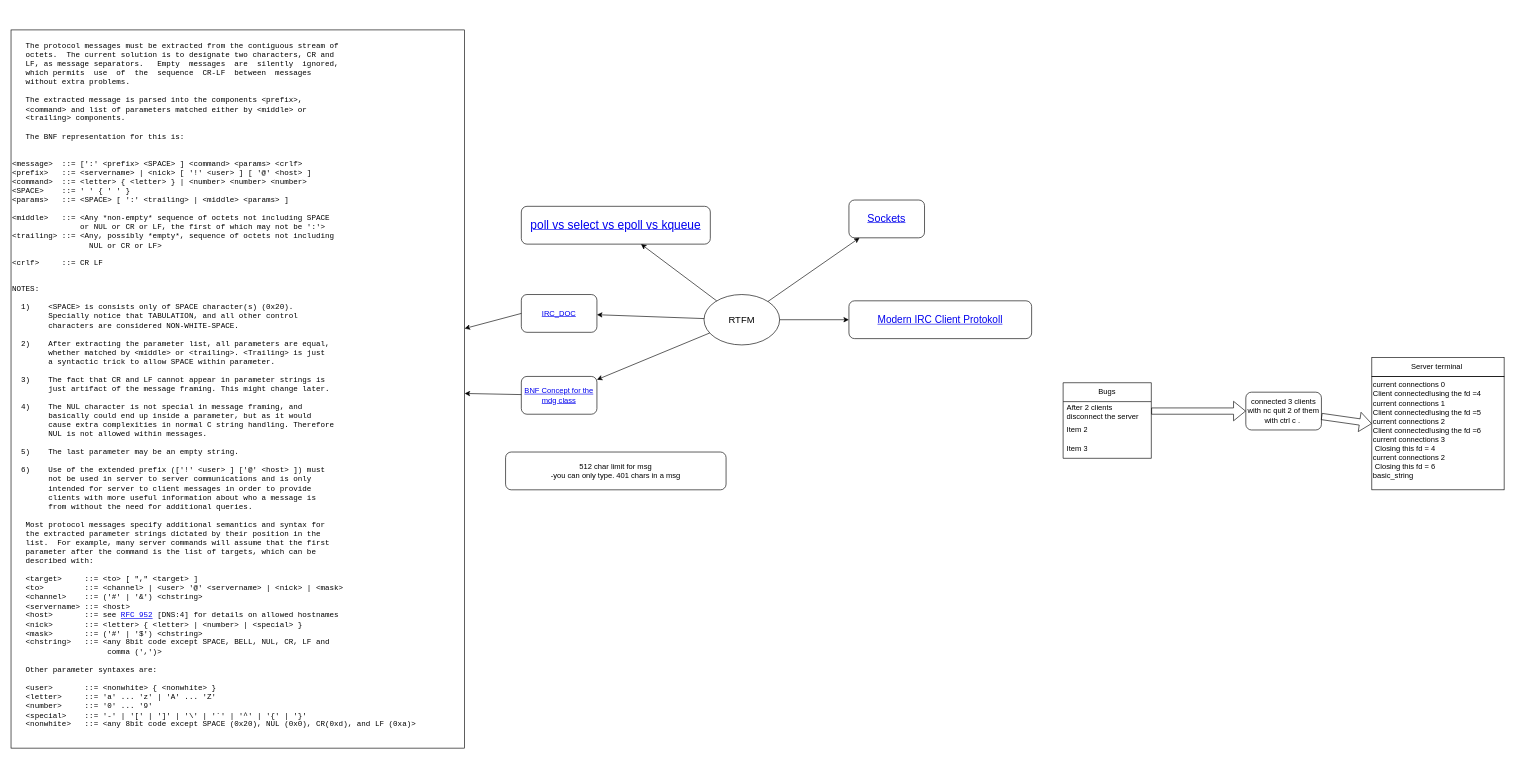
This is notes/notes.drawio from MauriceHeinze/42_ft_irc, a draw.io file, before an edit. Source tidied: cells renumbered, new cells numbered last; positions are measured from the earlier drawing's top-left corner, leaving out a move shared by most shapes. Both pictures are drawn from the tidied source at 63%, with x=0, y=0 at pixel (11, 30).
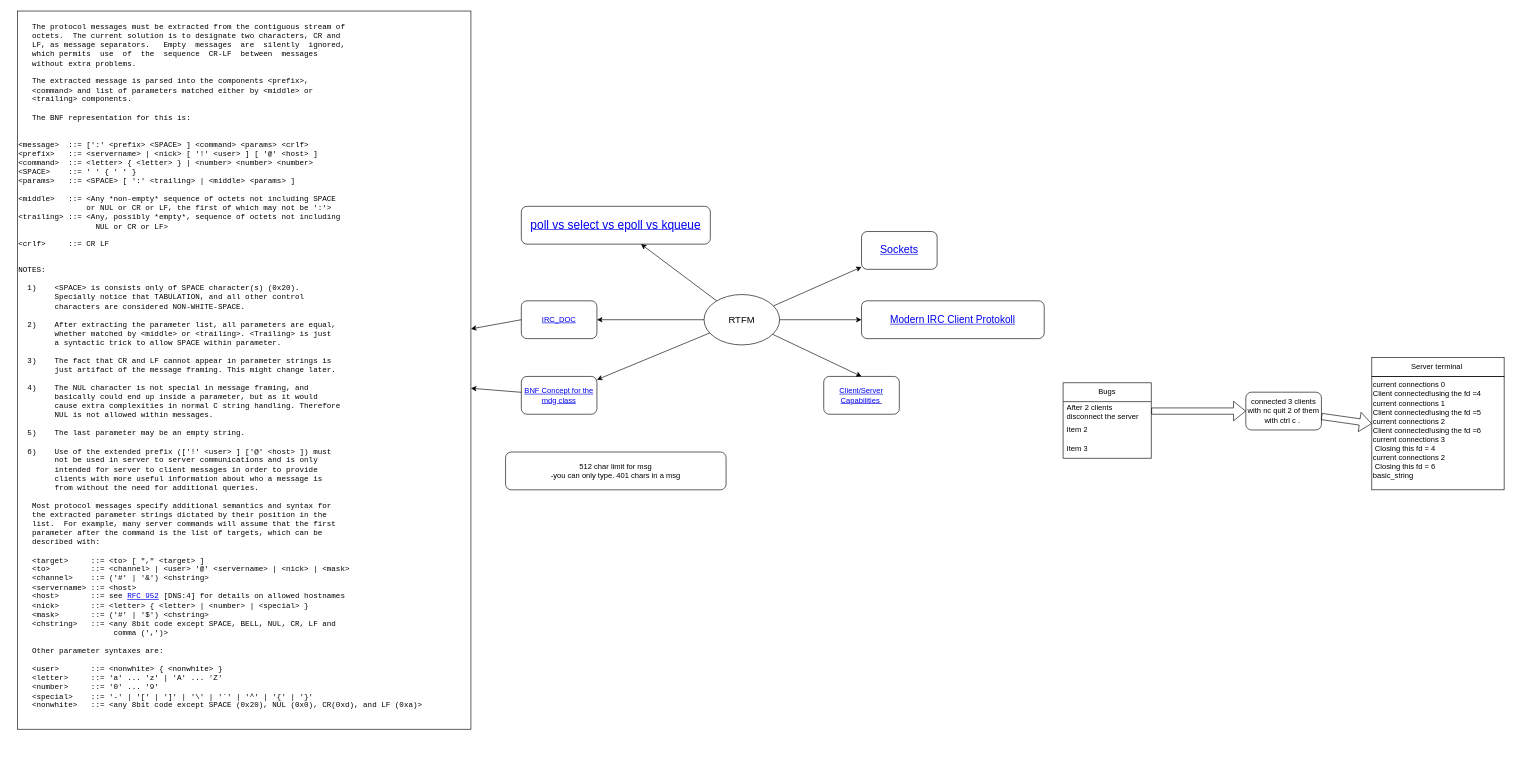
After the change.

Unchanged cells that the change refers to:
```xml
<mxCell id="4" value="RTFM" style="ellipse;whiteSpace=wrap;html=1;fontSize=15;" parent="1" vertex="1">
  <mxGeometry x="1100" y="420" width="120" height="80" as="geometry" />
</mxCell>
```

Diff of the diagram source:
```diff
@@
     <mxCell id="3" value="&lt;a href=&quot;https://www.geeksforgeeks.org/socket-programming-cc/&quot;&gt;&lt;font style=&quot;font-size: 17px;&quot;&gt;Sockets&lt;/font&gt;&lt;/a&gt;" style="rounded=1;whiteSpace=wrap;html=1;" parent="1" vertex="1">
-      <mxGeometry x="1330" y="270" width="120" height="60" as="geometry" />
+      <mxGeometry x="1350" y="320" width="120" height="60" as="geometry" />
     </mxCell>
@@
     <mxCell id="8" value="&lt;a href=&quot;https://modern.ircdocs.horse/&quot; style=&quot;font-size: 16px;&quot;&gt;Modern IRC Client Protokoll&lt;/a&gt;" style="rounded=1;whiteSpace=wrap;html=1;fontSize=16;" parent="1" vertex="1">
-      <mxGeometry x="1330" y="430" width="290" height="60" as="geometry" />
+      <mxGeometry x="1350" y="430" width="290" height="60" as="geometry" />
     </mxCell>
@@
     <mxCell id="10" value="&lt;a href=&quot;https://www.rfc-editor.org/rfc/rfc1459#section-4.2.3.1&quot;&gt;IRC_DOC&lt;/a&gt;" style="rounded=1;whiteSpace=wrap;html=1;" parent="1" vertex="1">
-      <mxGeometry x="810" y="420" width="120" height="60" as="geometry" />
+      <mxGeometry x="810" y="430" width="120" height="60" as="geometry" />
     </mxCell>
@@
     <mxCell id="15" value="&lt;pre class=&quot;newpage&quot;&gt;   The protocol messages must be extracted from the contiguous stream of&lt;br&gt;   octets.  The current solution is to designate two characters, CR and&lt;br&gt;   LF, as message separators.   Empty  messages  are  silently  ignored,&lt;br&gt;   which permits  use  of  the  sequence  CR-LF  between  messages&lt;br&gt;   without extra problems.&lt;br&gt;&lt;br&gt;   The extracted message is parsed into the components &amp;lt;prefix&amp;gt;,&lt;br&gt;   &amp;lt;command&amp;gt; and list of parameters matched either by &amp;lt;middle&amp;gt; or&lt;br&gt;   &amp;lt;trailing&amp;gt; components.&lt;br&gt;&lt;br&gt;   The BNF representation for this is:&lt;br&gt;&lt;br&gt;&lt;br&gt;&amp;lt;message&amp;gt;  ::= [':' &amp;lt;prefix&amp;gt; &amp;lt;SPACE&amp;gt; ] &amp;lt;command&amp;gt; &amp;lt;params&amp;gt; &amp;lt;crlf&amp;gt;&lt;br&gt;&amp;lt;prefix&amp;gt;   ::= &amp;lt;servername&amp;gt; | &amp;lt;nick&amp;gt; [ '!' &amp;lt;user&amp;gt; ] [ '@' &amp;lt;host&amp;gt; ]&lt;br&gt;&amp;lt;command&amp;gt;  ::= &amp;lt;letter&amp;gt; { &amp;lt;letter&amp;gt; } | &amp;lt;number&amp;gt; &amp;lt;number&amp;gt; &amp;lt;number&amp;gt;&lt;br&gt;&amp;lt;SPACE&amp;gt;    ::= ' ' { ' ' }&lt;br&gt;&amp;lt;params&amp;gt;   ::= &amp;lt;SPACE&amp;gt; [ ':' &amp;lt;trailing&amp;gt; | &amp;lt;middle&amp;gt; &amp;lt;params&amp;gt; ]&lt;br&gt;&lt;br&gt;&amp;lt;middle&amp;gt;   ::= &amp;lt;Any *non-empty* sequence of octets not including SPACE&lt;br&gt;               or NUL or CR or LF, the first of which may not be ':'&amp;gt;&lt;br&gt;&amp;lt;trailing&amp;gt; ::= &amp;lt;Any, possibly *empty*, sequence of octets not including&lt;br&gt;                 NUL or CR or LF&amp;gt;&lt;br&gt;&lt;br&gt;&amp;lt;crlf&amp;gt;     ::= CR LF&lt;br&gt;&lt;br&gt;&lt;/pre&gt;&lt;pre class=&quot;newpage&quot;&gt;NOTES:&lt;br&gt;&lt;br&gt;  1)    &amp;lt;SPACE&amp;gt; is consists only of SPACE character(s) (0x20).&lt;br&gt;        Specially notice that TABULATION, and all other control&lt;br&gt;        characters are considered NON-WHITE-SPACE.&lt;br&gt;&lt;br&gt;  2)    After extracting the parameter list, all parameters are equal,&lt;br&gt;        whether matched by &amp;lt;middle&amp;gt; or &amp;lt;trailing&amp;gt;. &amp;lt;Trailing&amp;gt; is just&lt;br&gt;        a syntactic trick to allow SPACE within parameter.&lt;br&gt;&lt;br&gt;  3)    The fact that CR and LF cannot appear in parameter strings is&lt;br&gt;        just artifact of the message framing. This might change later.&lt;br&gt;&lt;br&gt;  4)    The NUL character is not special in message framing, and&lt;br&gt;        basically could end up inside a parameter, but as it would&lt;br&gt;        cause extra complexities in normal C string handling. Therefore&lt;br&gt;        NUL is not allowed within messages.&lt;br&gt;&lt;br&gt;  5)    The last parameter may be an empty string.&lt;br&gt;&lt;br&gt;  6)    Use of the extended prefix (['!' &amp;lt;user&amp;gt; ] ['@' &amp;lt;host&amp;gt; ]) must&lt;br&gt;        not be used in server to server communications and is only&lt;br&gt;        intended for server to client messages in order to provide&lt;br&gt;        clients with more useful information about who a message is&lt;br&gt;        from without the need for additional queries.&lt;br&gt;&lt;br&gt;   Most protocol messages specify additional semantics and syntax for&lt;br&gt;   the extracted parameter strings dictated by their position in the&lt;br&gt;   list.  For example, many server commands will assume that the first&lt;br&gt;   parameter after the command is the list of targets, which can be&lt;br&gt;   described with:&lt;br&gt;&lt;br&gt;   &amp;lt;target&amp;gt;     ::= &amp;lt;to&amp;gt; [ &quot;,&quot; &amp;lt;target&amp;gt; ]&lt;br&gt;   &amp;lt;to&amp;gt;         ::= &amp;lt;channel&amp;gt; | &amp;lt;user&amp;gt; '@' &amp;lt;servername&amp;gt; | &amp;lt;nick&amp;gt; | &amp;lt;mask&amp;gt;&lt;br&gt;   &amp;lt;channel&amp;gt;    ::= ('#' | '&amp;amp;') &amp;lt;chstring&amp;gt;&lt;br&gt;   &amp;lt;servername&amp;gt; ::= &amp;lt;host&amp;gt;&lt;br&gt;   &amp;lt;host&amp;gt;       ::= see &lt;a href=&quot;https://www.rfc-editor.org/rfc/rfc952&quot;&gt;RFC 952&lt;/a&gt; [DNS:4] for details on allowed hostnames&lt;br&gt;   &amp;lt;nick&amp;gt;       ::= &amp;lt;letter&amp;gt; { &amp;lt;letter&amp;gt; | &amp;lt;number&amp;gt; | &amp;lt;special&amp;gt; }&lt;br&gt;   &amp;lt;mask&amp;gt;       ::= ('#' | '$') &amp;lt;chstring&amp;gt;&lt;br&gt;   &amp;lt;chstring&amp;gt;   ::= &amp;lt;any 8bit code except SPACE, BELL, NUL, CR, LF and&lt;br&gt;                     comma (',')&amp;gt;&lt;br&gt;&lt;br&gt;   Other parameter syntaxes are:&lt;br&gt;&lt;br&gt;   &amp;lt;user&amp;gt;       ::= &amp;lt;nonwhite&amp;gt; { &amp;lt;nonwhite&amp;gt; }&lt;br&gt;   &amp;lt;letter&amp;gt;     ::= 'a' ... 'z' | 'A' ... 'Z'&lt;br&gt;   &amp;lt;number&amp;gt;     ::= '0' ... '9'&lt;br&gt;   &amp;lt;special&amp;gt;    ::= '-' | '[' | ']' | '\' | '`' | '^' | '{' | '}'&lt;br&gt;   &amp;lt;nonwhite&amp;gt;   ::= &amp;lt;any 8bit code except SPACE (0x20), NUL (0x0), CR(0xd), and LF (0xa)&amp;gt;&lt;/pre&gt;" style="text;whiteSpace=wrap;html=1;strokeColor=default;fillColor=default;" parent="1" vertex="1">
-      <mxGeometry width="720" height="1140" as="geometry" />
+      <mxGeometry x="10" y="-30" width="720" height="1140" as="geometry" />
     </mxCell>
@@
+    <mxCell id="26" value="&lt;a href=&quot;https://ircv3.net/specs/extensions/capability-negotiation.html&quot;&gt;Client/Server Capabilities&amp;nbsp;&lt;/a&gt;" style="rounded=1;whiteSpace=wrap;html=1;" parent="1" vertex="1">
+      <mxGeometry x="1290" y="550" width="120" height="60" as="geometry" />
+    </mxCell>
+    <mxCell id="27" style="endArrow=classic;html=1;entryX=0.5;entryY=0;entryDx=0;entryDy=0;" parent="1" edge="1" source="4" target="26">
+      <mxGeometry relative="1" as="geometry" />
+    </mxCell>
```
